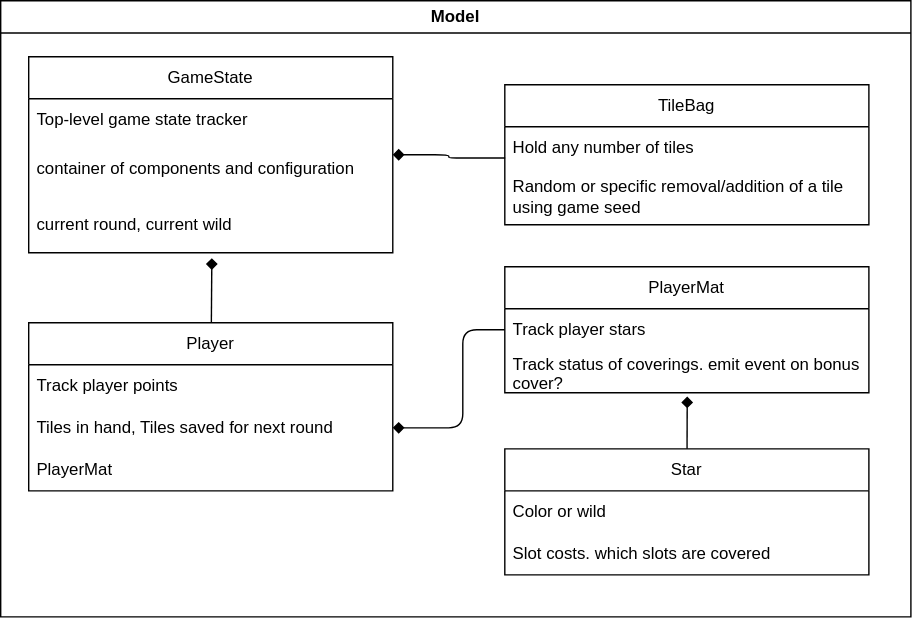
Earlier version of the draw.io export docs/design.drawio.svg (len0rd/cloudless_sky). Source tidied: cells renumbered, new cells last; positions are measured from the earlier drawing's top-left corner, leaving out a move shared by most shapes. Source of this version:
```xml
<mxGraphModel>
  <root>
    <mxCell id="0" />
    <mxCell id="1" parent="0" />
    <mxCell id="2" value="Model" style="swimlane;whiteSpace=wrap;html=1;" parent="1" vertex="1">
      <mxGeometry width="650" height="440" as="geometry" />
    </mxCell>
    <mxCell id="3" style="edgeStyle=orthogonalEdgeStyle;html=1;entryX=1;entryY=0.5;entryDx=0;entryDy=0;endArrow=diamond;endFill=1;" parent="2" edge="1" source="4" target="21">
      <mxGeometry relative="1" as="geometry">
        <Array as="points">
          <mxPoint x="330" y="235" />
          <mxPoint x="330" y="305" />
        </Array>
      </mxGeometry>
    </mxCell>
    <mxCell id="4" value="PlayerMat" style="swimlane;fontStyle=0;horizontal=1;startSize=30;whiteSpace=wrap;html=1;" parent="2" vertex="1">
      <mxGeometry x="360" y="190" width="260" height="90" as="geometry" />
    </mxCell>
    <mxCell id="5" value="Track player stars" style="text;strokeColor=none;fillColor=none;align=left;verticalAlign=middle;spacingLeft=4;spacingRight=4;overflow=hidden;whiteSpace=wrap;html=1;" parent="4" vertex="1">
      <mxGeometry y="30" width="260" height="30" as="geometry" />
    </mxCell>
    <mxCell id="6" value="Track status of coverings. emit event on bonus cover?" style="text;strokeColor=none;fillColor=none;align=left;verticalAlign=middle;spacingLeft=4;spacingRight=4;overflow=hidden;points=[[0,0.5],[1,0.5]];portConstraint=eastwest;whiteSpace=wrap;html=1;" parent="4" vertex="1">
      <mxGeometry y="60" width="260" height="30" as="geometry" />
    </mxCell>
    <mxCell id="7" value="TileBag" style="swimlane;fontStyle=0;horizontal=1;startSize=30;whiteSpace=wrap;html=1;" parent="2" vertex="1">
      <mxGeometry x="360" y="60" width="260" height="100" as="geometry" />
    </mxCell>
    <mxCell id="8" value="Hold any number of tiles" style="text;strokeColor=none;fillColor=none;align=left;verticalAlign=middle;spacingLeft=4;spacingRight=4;overflow=hidden;points=[[0,0.5],[1,0.5]];portConstraint=eastwest;whiteSpace=wrap;html=1;" parent="7" vertex="1">
      <mxGeometry y="30" width="260" height="30" as="geometry" />
    </mxCell>
    <mxCell id="9" value="Random or specific removal/addition of a tile using game seed" style="text;strokeColor=none;fillColor=none;align=left;verticalAlign=middle;spacingLeft=4;spacingRight=4;overflow=hidden;whiteSpace=wrap;html=1;" parent="7" vertex="1">
      <mxGeometry y="60" width="260" height="40" as="geometry" />
    </mxCell>
    <mxCell id="10" value="GameState" style="swimlane;fontStyle=0;horizontal=1;startSize=30;whiteSpace=wrap;html=1;" parent="2" vertex="1">
      <mxGeometry x="20" y="40" width="260" height="140" as="geometry" />
    </mxCell>
    <mxCell id="11" value="Top-level game state tracker" style="text;strokeColor=none;fillColor=none;align=left;verticalAlign=middle;spacingLeft=4;spacingRight=4;overflow=hidden;whiteSpace=wrap;html=1;" parent="10" vertex="1">
      <mxGeometry y="30" width="260" height="30" as="geometry" />
    </mxCell>
    <mxCell id="12" value="container of components and configuration" style="text;strokeColor=none;fillColor=none;align=left;verticalAlign=middle;spacingLeft=4;spacingRight=4;overflow=hidden;points=[[0,0.5],[1,0.5]];portConstraint=eastwest;whiteSpace=wrap;html=1;" parent="10" vertex="1">
      <mxGeometry y="60" width="260" height="40" as="geometry" />
    </mxCell>
    <mxCell id="13" value="current round, current wild" style="text;strokeColor=none;fillColor=none;align=left;verticalAlign=middle;spacingLeft=4;spacingRight=4;overflow=hidden;points=[[0,0.5],[1,0.5]];portConstraint=eastwest;whiteSpace=wrap;html=1;" parent="10" vertex="1">
      <mxGeometry y="100" width="260" height="40" as="geometry" />
    </mxCell>
    <mxCell id="14" style="edgeStyle=orthogonalEdgeStyle;html=1;entryX=0.001;entryY=0.744;entryDx=0;entryDy=0;entryPerimeter=0;startArrow=diamond;startFill=1;endArrow=none;endFill=0;" parent="2" edge="1" source="10" target="8">
      <mxGeometry relative="1" as="geometry" />
    </mxCell>
    <mxCell id="15" value="Star" style="swimlane;fontStyle=0;horizontal=1;startSize=30;whiteSpace=wrap;html=1;" parent="2" vertex="1">
      <mxGeometry x="360" y="320" width="260" height="90" as="geometry" />
    </mxCell>
    <mxCell id="16" value="Color or wild" style="text;strokeColor=none;fillColor=none;align=left;verticalAlign=middle;spacingLeft=4;spacingRight=4;overflow=hidden;whiteSpace=wrap;html=1;" parent="15" vertex="1">
      <mxGeometry y="30" width="260" height="30" as="geometry" />
    </mxCell>
    <mxCell id="17" value="Slot costs. which slots are covered" style="text;strokeColor=none;fillColor=none;align=left;verticalAlign=middle;spacingLeft=4;spacingRight=4;overflow=hidden;whiteSpace=wrap;html=1;" parent="15" vertex="1">
      <mxGeometry y="60" width="260" height="30" as="geometry" />
    </mxCell>
    <mxCell id="18" style="edgeStyle=none;html=1;entryX=0.501;entryY=1.088;entryDx=0;entryDy=0;entryPerimeter=0;endArrow=diamond;endFill=1;" parent="2" edge="1" source="15" target="6">
      <mxGeometry relative="1" as="geometry" />
    </mxCell>
    <mxCell id="19" value="Player" style="swimlane;fontStyle=0;horizontal=1;startSize=30;whiteSpace=wrap;html=1;" parent="2" vertex="1">
      <mxGeometry x="20" y="230" width="260" height="120" as="geometry" />
    </mxCell>
    <mxCell id="20" value="Track player points" style="text;strokeColor=none;fillColor=none;align=left;verticalAlign=middle;spacingLeft=4;spacingRight=4;overflow=hidden;whiteSpace=wrap;html=1;" parent="19" vertex="1">
      <mxGeometry y="30" width="260" height="30" as="geometry" />
    </mxCell>
    <mxCell id="21" value="Tiles in hand, Tiles saved for next round" style="text;strokeColor=none;fillColor=none;align=left;verticalAlign=middle;spacingLeft=4;spacingRight=4;overflow=hidden;points=[[0,0.5],[1,0.5]];portConstraint=eastwest;whiteSpace=wrap;html=1;" parent="19" vertex="1">
      <mxGeometry y="60" width="260" height="30" as="geometry" />
    </mxCell>
    <mxCell id="22" value="PlayerMat" style="text;strokeColor=none;fillColor=none;align=left;verticalAlign=middle;spacingLeft=4;spacingRight=4;overflow=hidden;whiteSpace=wrap;html=1;" parent="19" vertex="1">
      <mxGeometry y="90" width="260" height="30" as="geometry" />
    </mxCell>
    <mxCell id="23" style="edgeStyle=none;html=1;entryX=0.503;entryY=1.096;entryDx=0;entryDy=0;entryPerimeter=0;endArrow=diamond;endFill=1;" parent="2" edge="1" source="19" target="13">
      <mxGeometry relative="1" as="geometry" />
    </mxCell>
  </root>
</mxGraphModel>
```
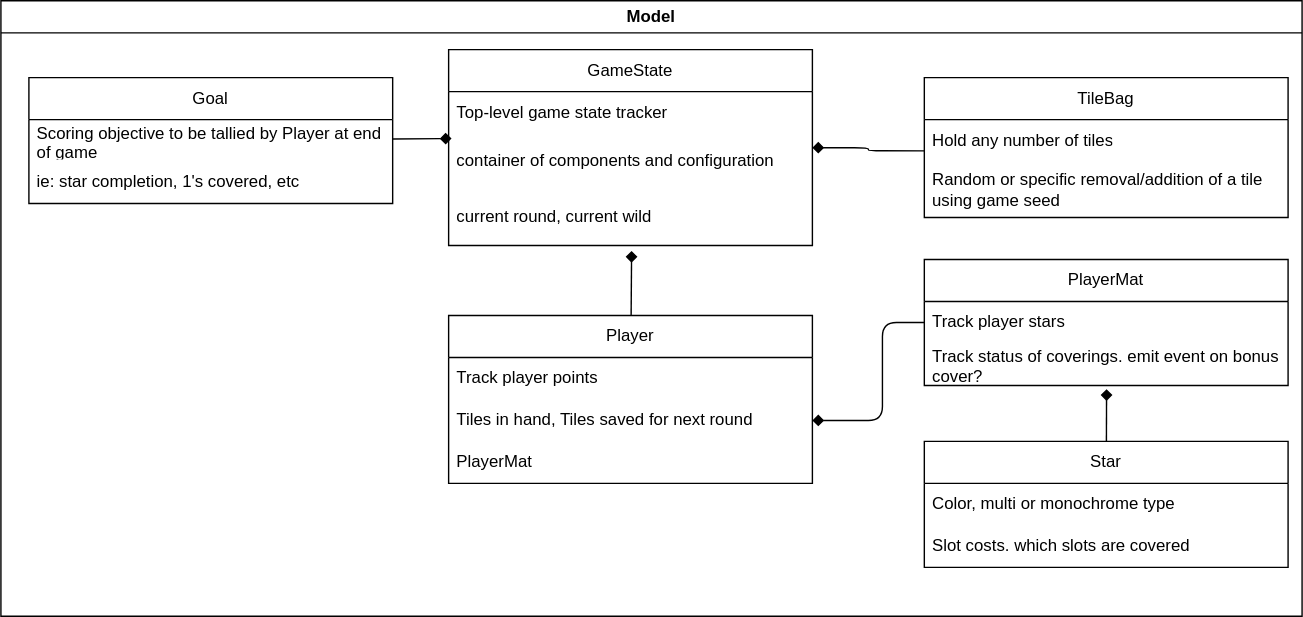
After the change.

Commit message:
implement model for a star on a player mat

Change to the diagram source:
```diff
@@ -3,18 +3,18 @@
     <mxCell id="0" />
     <mxCell id="1" parent="0" />
     <mxCell id="2" value="Model" style="swimlane;whiteSpace=wrap;html=1;" parent="1" vertex="1">
-      <mxGeometry width="650" height="440" as="geometry" />
+      <mxGeometry width="930" height="440" as="geometry" />
     </mxCell>
     <mxCell id="3" style="edgeStyle=orthogonalEdgeStyle;html=1;entryX=1;entryY=0.5;entryDx=0;entryDy=0;endArrow=diamond;endFill=1;" parent="2" edge="1" source="4" target="21">
       <mxGeometry relative="1" as="geometry">
         <Array as="points">
-          <mxPoint x="330" y="235" />
-          <mxPoint x="330" y="305" />
+          <mxPoint x="630" y="230" />
+          <mxPoint x="630" y="300" />
         </Array>
       </mxGeometry>
     </mxCell>
     <mxCell id="4" value="PlayerMat" style="swimlane;fontStyle=0;horizontal=1;startSize=30;whiteSpace=wrap;html=1;" parent="2" vertex="1">
-      <mxGeometry x="360" y="190" width="260" height="90" as="geometry" />
+      <mxGeometry x="660" y="185" width="260" height="90" as="geometry" />
     </mxCell>
     <mxCell id="5" value="Track player stars" style="text;strokeColor=none;fillColor=none;align=left;verticalAlign=middle;spacingLeft=4;spacingRight=4;overflow=hidden;whiteSpace=wrap;html=1;" parent="4" vertex="1">
       <mxGeometry y="30" width="260" height="30" as="geometry" />
@@ -23,7 +23,7 @@
       <mxGeometry y="60" width="260" height="30" as="geometry" />
     </mxCell>
     <mxCell id="7" value="TileBag" style="swimlane;fontStyle=0;horizontal=1;startSize=30;whiteSpace=wrap;html=1;" parent="2" vertex="1">
-      <mxGeometry x="360" y="60" width="260" height="100" as="geometry" />
+      <mxGeometry x="660" y="55" width="260" height="100" as="geometry" />
     </mxCell>
     <mxCell id="8" value="Hold any number of tiles" style="text;strokeColor=none;fillColor=none;align=left;verticalAlign=middle;spacingLeft=4;spacingRight=4;overflow=hidden;points=[[0,0.5],[1,0.5]];portConstraint=eastwest;whiteSpace=wrap;html=1;" parent="7" vertex="1">
       <mxGeometry y="30" width="260" height="30" as="geometry" />
@@ -32,7 +32,7 @@
       <mxGeometry y="60" width="260" height="40" as="geometry" />
     </mxCell>
     <mxCell id="10" value="GameState" style="swimlane;fontStyle=0;horizontal=1;startSize=30;whiteSpace=wrap;html=1;" parent="2" vertex="1">
-      <mxGeometry x="20" y="40" width="260" height="140" as="geometry" />
+      <mxGeometry x="320" y="35" width="260" height="140" as="geometry" />
     </mxCell>
     <mxCell id="11" value="Top-level game state tracker" style="text;strokeColor=none;fillColor=none;align=left;verticalAlign=middle;spacingLeft=4;spacingRight=4;overflow=hidden;whiteSpace=wrap;html=1;" parent="10" vertex="1">
       <mxGeometry y="30" width="260" height="30" as="geometry" />
@@ -47,9 +47,9 @@
       <mxGeometry relative="1" as="geometry" />
     </mxCell>
     <mxCell id="15" value="Star" style="swimlane;fontStyle=0;horizontal=1;startSize=30;whiteSpace=wrap;html=1;" parent="2" vertex="1">
-      <mxGeometry x="360" y="320" width="260" height="90" as="geometry" />
+      <mxGeometry x="660" y="315" width="260" height="90" as="geometry" />
     </mxCell>
-    <mxCell id="16" value="Color or wild" style="text;strokeColor=none;fillColor=none;align=left;verticalAlign=middle;spacingLeft=4;spacingRight=4;overflow=hidden;whiteSpace=wrap;html=1;" parent="15" vertex="1">
+    <mxCell id="16" value="Color, multi or monochrome type" style="text;strokeColor=none;fillColor=none;align=left;verticalAlign=middle;spacingLeft=4;spacingRight=4;overflow=hidden;whiteSpace=wrap;html=1;" parent="15" vertex="1">
       <mxGeometry y="30" width="260" height="30" as="geometry" />
     </mxCell>
     <mxCell id="17" value="Slot costs. which slots are covered" style="text;strokeColor=none;fillColor=none;align=left;verticalAlign=middle;spacingLeft=4;spacingRight=4;overflow=hidden;whiteSpace=wrap;html=1;" parent="15" vertex="1">
@@ -59,7 +59,7 @@
       <mxGeometry relative="1" as="geometry" />
     </mxCell>
     <mxCell id="19" value="Player" style="swimlane;fontStyle=0;horizontal=1;startSize=30;whiteSpace=wrap;html=1;" parent="2" vertex="1">
-      <mxGeometry x="20" y="230" width="260" height="120" as="geometry" />
+      <mxGeometry x="320" y="225" width="260" height="120" as="geometry" />
     </mxCell>
     <mxCell id="20" value="Track player points" style="text;strokeColor=none;fillColor=none;align=left;verticalAlign=middle;spacingLeft=4;spacingRight=4;overflow=hidden;whiteSpace=wrap;html=1;" parent="19" vertex="1">
       <mxGeometry y="30" width="260" height="30" as="geometry" />
@@ -73,5 +73,17 @@
     <mxCell id="23" style="edgeStyle=none;html=1;entryX=0.503;entryY=1.096;entryDx=0;entryDy=0;entryPerimeter=0;endArrow=diamond;endFill=1;" parent="2" edge="1" source="19" target="13">
       <mxGeometry relative="1" as="geometry" />
     </mxCell>
+    <mxCell id="24" value="Goal" style="swimlane;fontStyle=0;horizontal=1;startSize=30;whiteSpace=wrap;html=1;" parent="2" vertex="1">
+      <mxGeometry x="20" y="55" width="260" height="90" as="geometry" />
+    </mxCell>
+    <mxCell id="25" value="Scoring objective to be tallied by Player at end of game" style="text;strokeColor=none;fillColor=none;align=left;verticalAlign=middle;spacingLeft=4;spacingRight=4;overflow=hidden;whiteSpace=wrap;html=1;" parent="24" vertex="1">
+      <mxGeometry y="30" width="260" height="30" as="geometry" />
+    </mxCell>
+    <mxCell id="26" value="ie: star completion, 1's covered, etc" style="text;strokeColor=none;fillColor=none;align=left;verticalAlign=middle;spacingLeft=4;spacingRight=4;overflow=hidden;whiteSpace=wrap;html=1;" parent="24" vertex="1">
+      <mxGeometry y="60" width="260" height="30" as="geometry" />
+    </mxCell>
+    <mxCell id="27" style="edgeStyle=none;html=1;entryX=0.008;entryY=0.088;entryDx=0;entryDy=0;entryPerimeter=0;endArrow=diamond;endFill=1;" parent="2" edge="1" source="24" target="12">
+      <mxGeometry relative="1" as="geometry" />
+    </mxCell>
   </root>
 </mxGraphModel>
```
